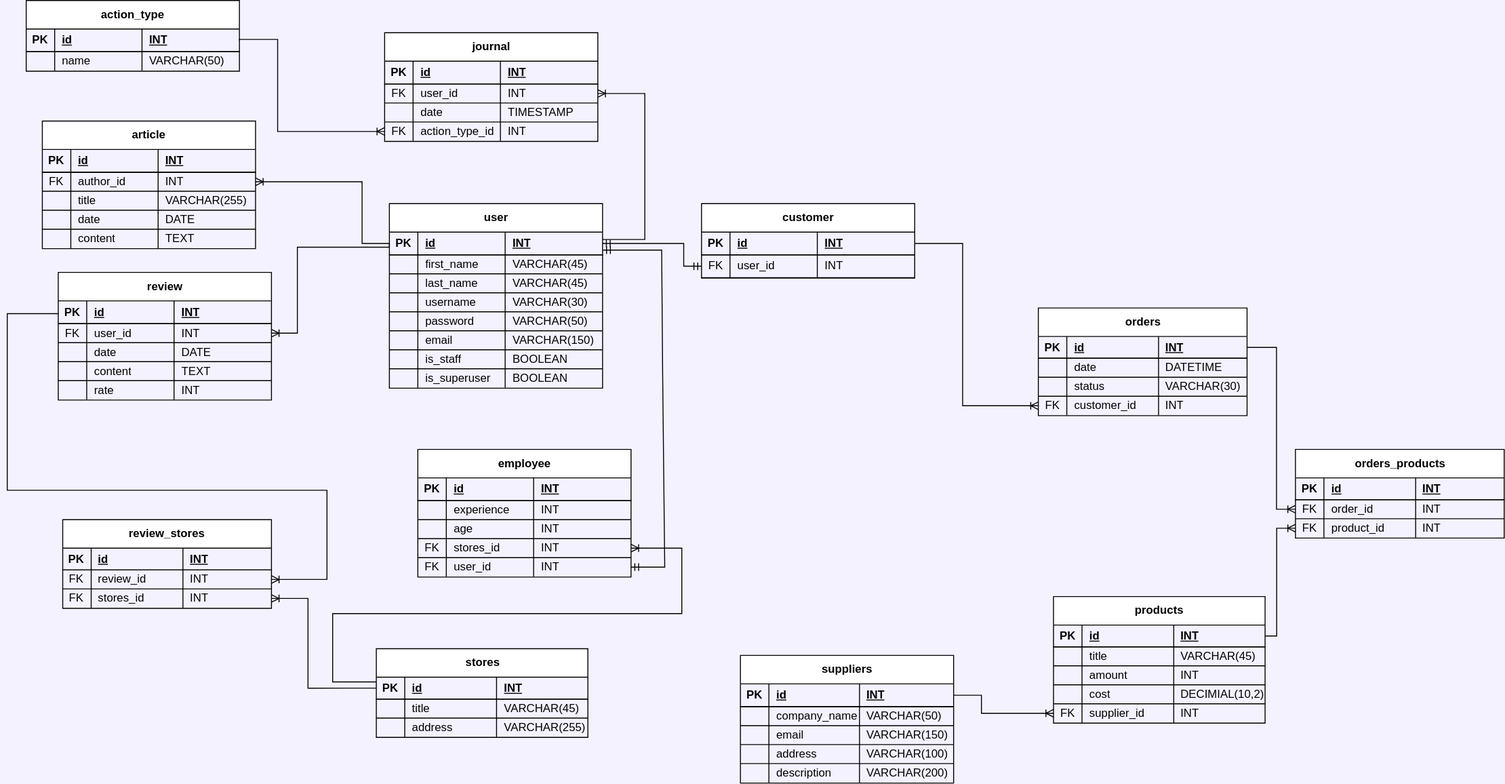
This is DBDiagram.svg from PoltosSVA/BD, a draw.io export, as it was before one commit. Source tidied: cells renumbered, new cells last; positions are measured from the earlier drawing's top-left corner, leaving out a move shared by most shapes.
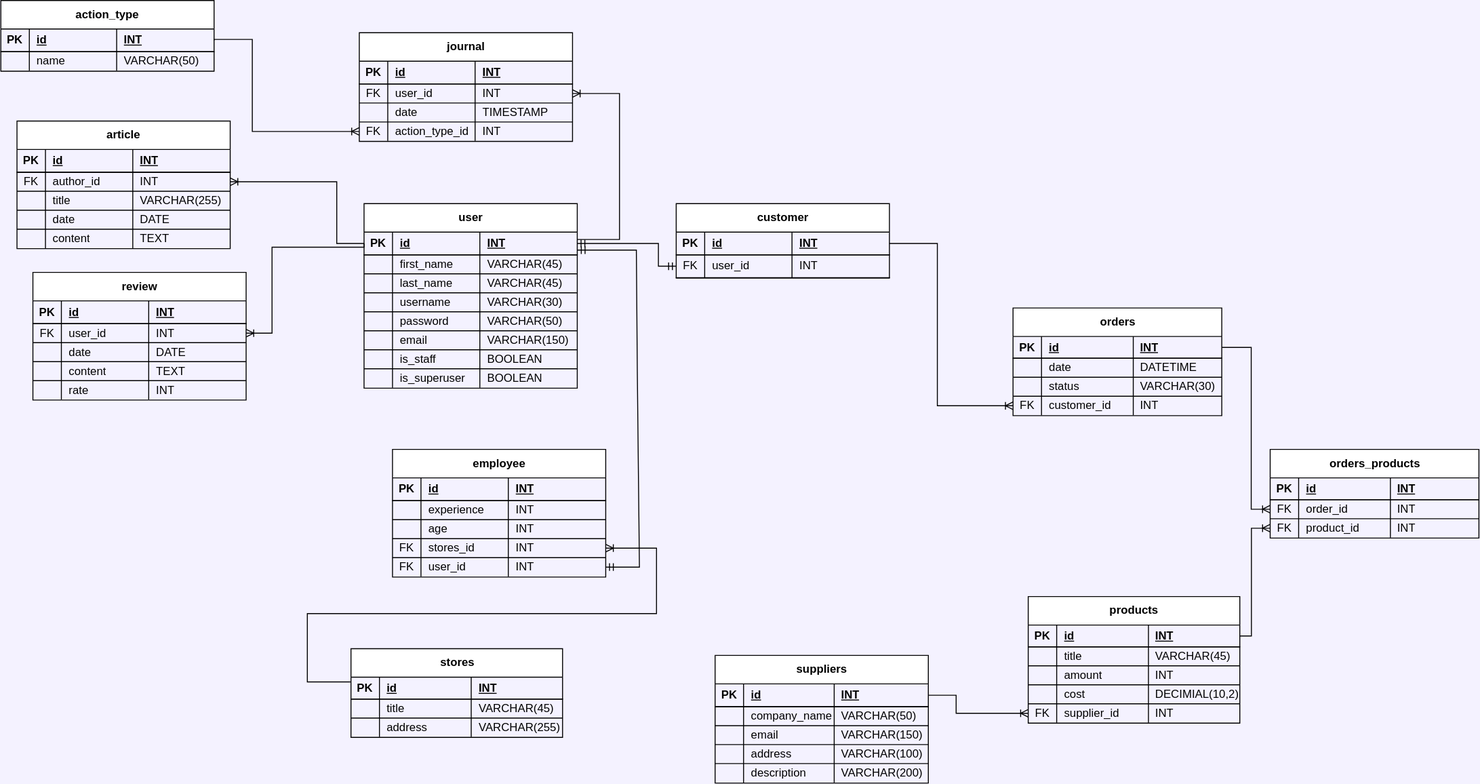
The same file after the commit.

What changed in the source:
```diff
@@ -675,65 +675,6 @@
         </Array>
       </mxGeometry>
     </mxCell>
-    <mxCell id="207" value="review_stores" style="shape=table;startSize=30;rowLines=1;fontStyle=1;align=center;html=1;" parent="1" vertex="1">
-      <mxGeometry x="58.5" y="547" width="220" height="93.4" as="geometry" />
-    </mxCell>
-    <mxCell id="208" style="shape=tableRow;horizontal=0;startSize=0;swimlaneHead=0;swimlaneBody=0;fillColor=none;top=0;left=0;right=0;bottom=1;" parent="207" vertex="1">
-      <mxGeometry y="30" width="220" height="23" as="geometry" />
-    </mxCell>
-    <mxCell id="209" value="PK" style="shape=partialRectangle;fillColor=none;top=0;left=0;bottom=0;right=0;fontStyle=1;overflow=hidden;whiteSpace=wrap;html=1;" parent="208" vertex="1">
-      <mxGeometry width="30" height="23" as="geometry" />
-    </mxCell>
-    <mxCell id="210" value="id" style="shape=partialRectangle;fillColor=none;top=0;left=0;bottom=0;right=0;align=left;spacingLeft=6;fontStyle=5;overflow=hidden;whiteSpace=wrap;html=1;" parent="208" vertex="1">
-      <mxGeometry x="30" width="96.7" height="23" as="geometry" />
-    </mxCell>
-    <mxCell id="211" value="INT" style="shape=partialRectangle;fillColor=none;top=0;left=0;bottom=0;right=0;align=left;spacingLeft=6;fontStyle=5;overflow=hidden;whiteSpace=wrap;html=1;" parent="208" vertex="1">
-      <mxGeometry x="126.7" width="93.3" height="23" as="geometry" />
-    </mxCell>
-    <mxCell id="212" style="shape=tableRow;horizontal=0;startSize=0;swimlaneHead=0;swimlaneBody=0;fillColor=none;points=[[0,0.5],[1,0.5]];portConstraint=eastwest;top=0;left=0;right=0;bottom=0;" parent="207" vertex="1">
-      <mxGeometry y="53" width="220" height="20" as="geometry" />
-    </mxCell>
-    <mxCell id="213" value="FK" style="shape=partialRectangle;fillColor=none;top=0;left=0;bottom=0;right=0;overflow=hidden;whiteSpace=wrap;html=1;" parent="212" vertex="1">
-      <mxGeometry width="30" height="20" as="geometry" />
-    </mxCell>
-    <mxCell id="214" value="review_id" style="shape=partialRectangle;fillColor=none;top=0;left=0;bottom=0;right=0;align=left;spacingLeft=6;overflow=hidden;whiteSpace=wrap;html=1;" parent="212" vertex="1">
-      <mxGeometry x="30" width="96.7" height="20" as="geometry" />
-    </mxCell>
-    <mxCell id="215" value="INT" style="shape=partialRectangle;fillColor=none;top=0;left=0;bottom=0;right=0;align=left;spacingLeft=6;overflow=hidden;whiteSpace=wrap;html=1;" parent="212" vertex="1">
-      <mxGeometry x="126.7" width="93.3" height="20" as="geometry" />
-    </mxCell>
-    <mxCell id="216" style="shape=tableRow;horizontal=0;startSize=0;swimlaneHead=0;swimlaneBody=0;fillColor=none;points=[[0,0.5],[1,0.5]];portConstraint=eastwest;top=0;left=0;right=0;bottom=0;" parent="207" vertex="1">
-      <mxGeometry y="73" width="220" height="20" as="geometry" />
-    </mxCell>
-    <mxCell id="217" value="FK" style="shape=partialRectangle;fillColor=none;top=0;left=0;bottom=0;right=0;overflow=hidden;whiteSpace=wrap;html=1;" parent="216" vertex="1">
-      <mxGeometry width="30" height="20" as="geometry" />
-    </mxCell>
-    <mxCell id="218" value="stores_id" style="shape=partialRectangle;fillColor=none;top=0;left=0;bottom=0;right=0;align=left;spacingLeft=6;overflow=hidden;whiteSpace=wrap;html=1;" parent="216" vertex="1">
-      <mxGeometry x="30" width="96.7" height="20" as="geometry" />
-    </mxCell>
-    <mxCell id="219" value="INT" style="shape=partialRectangle;fillColor=none;top=0;left=0;bottom=0;right=0;align=left;spacingLeft=6;overflow=hidden;whiteSpace=wrap;html=1;" parent="216" vertex="1">
-      <mxGeometry x="126.7" width="93.3" height="20" as="geometry" />
-    </mxCell>
-    <mxCell id="220" style="edgeStyle=orthogonalEdgeStyle;fontSize=12;html=1;endArrow=ERoneToMany;rounded=0;entryX=1;entryY=0.5;entryDx=0;entryDy=0;exitX=0;exitY=0.5;exitDx=0;exitDy=0;" parent="1" edge="1" source="185" target="216">
-      <mxGeometry relative="1" as="geometry">
-        <Array as="points">
-          <mxPoint x="317" y="725" />
-          <mxPoint x="317" y="630" />
-        </Array>
-      </mxGeometry>
-    </mxCell>
-    <mxCell id="221" style="edgeStyle=orthogonalEdgeStyle;fontSize=12;html=1;endArrow=ERoneToMany;rounded=0;entryX=1;entryY=0.5;entryDx=0;entryDy=0;" parent="1" edge="1" target="212">
-      <mxGeometry relative="1" as="geometry">
-        <mxPoint x="54" y="330" as="sourcePoint" />
-        <Array as="points">
-          <mxPoint x="54" y="330" />
-          <mxPoint y="330" />
-          <mxPoint y="516" />
-          <mxPoint x="337" y="516" />
-          <mxPoint x="337" y="610" />
-        </Array>
-      </mxGeometry>
-    </mxCell>
     <mxCell id="222" value="article" style="shape=table;startSize=30;rowLines=1;fontStyle=1;align=center;html=1;" parent="1" vertex="1">
       <mxGeometry x="37" y="127" width="224.7" height="134.5" as="geometry" />
     </mxCell>
```
